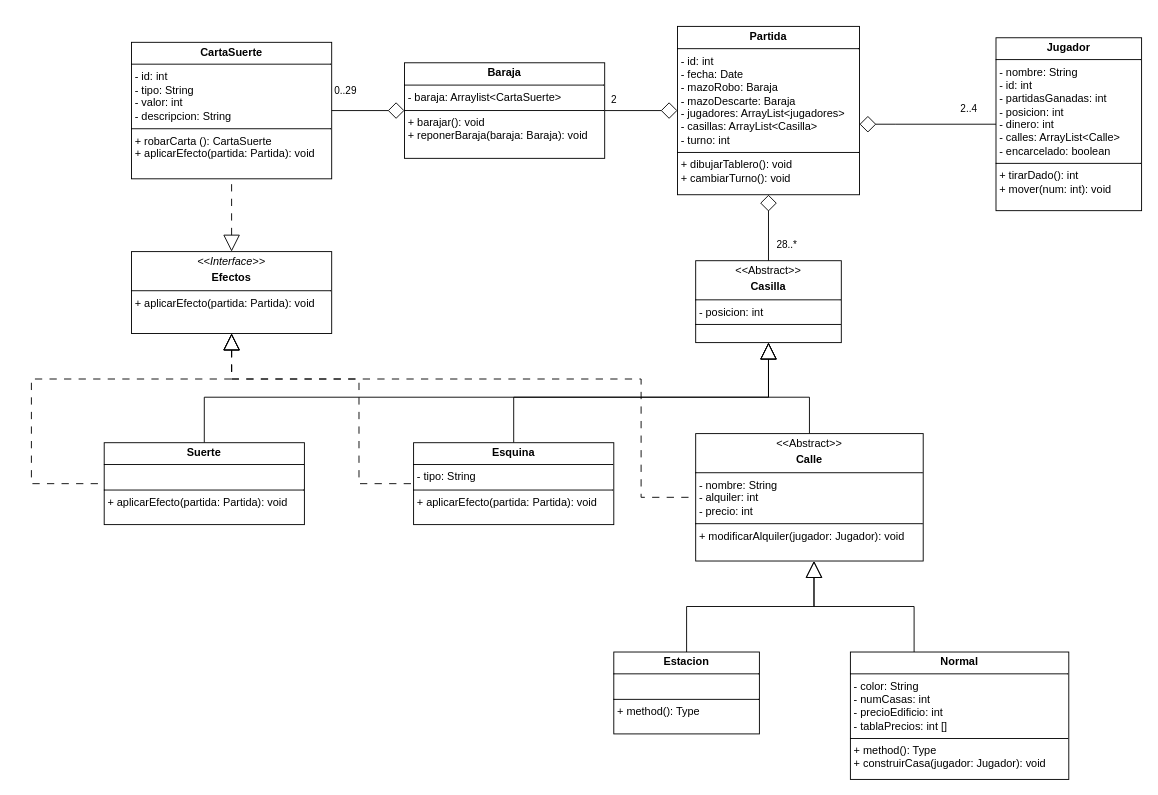
Before: RECURSOS/UML_MONOPOLY.drawio in ivanupgrade/Monopoly, a draw.io diagram. Source tidied: cells renumbered, new cells numbered last; positions are measured from the earlier drawing's top-left corner, leaving out a move shared by most shapes. Both pictures are drawn from the tidied source at 91%, with x=0, y=0 at pixel (31, 25).
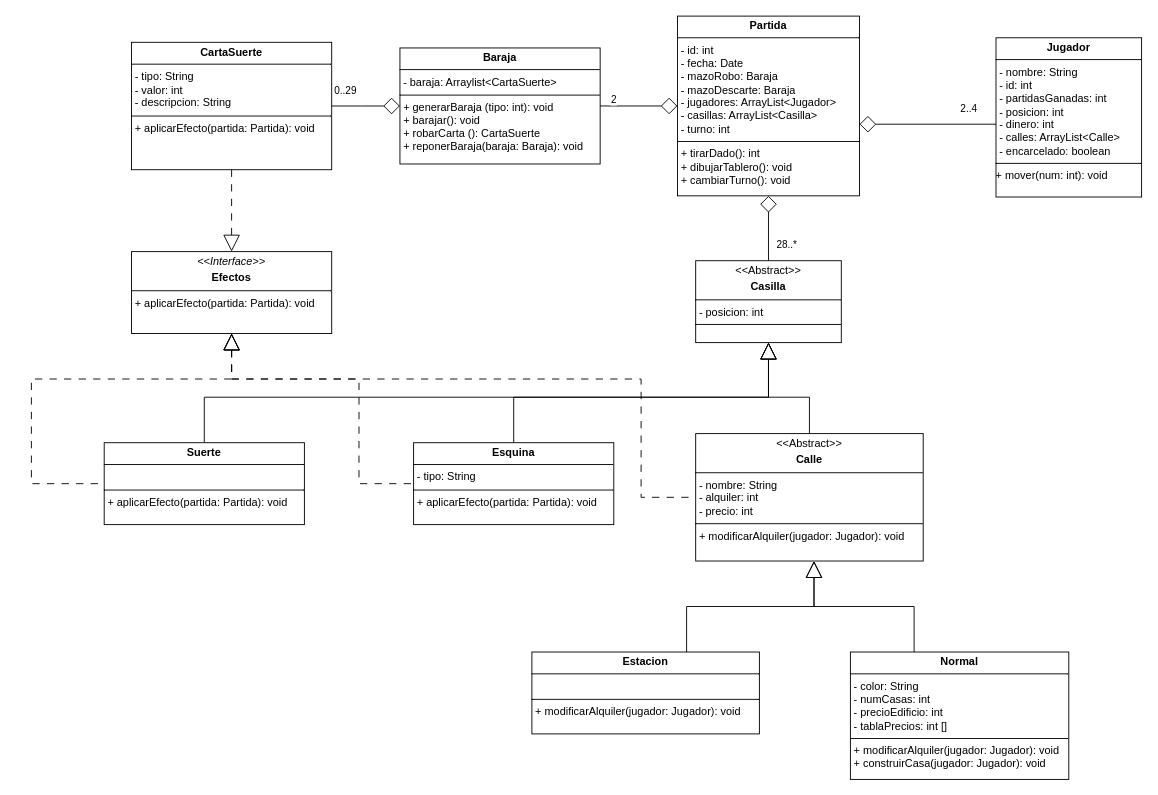
The same diagram, later.

Commit message (it also covers changes not shown here):
Actualizada clase Jugador

The edit, as a diff of the source:
```diff
@@
-    <mxCell id="2" value="&lt;p style=&quot;margin:0px;margin-top:4px;text-align:center;&quot;&gt;&lt;b&gt;Jugador&lt;/b&gt;&lt;/p&gt;&lt;hr size=&quot;1&quot; style=&quot;border-style:solid;&quot;&gt;&lt;p style=&quot;margin:0px;margin-left:4px;&quot;&gt;- nombre: String&lt;/p&gt;&lt;p style=&quot;margin:0px;margin-left:4px;&quot;&gt;- id: int&lt;/p&gt;&lt;p style=&quot;margin:0px;margin-left:4px;&quot;&gt;- partidasGanadas: int&lt;/p&gt;&lt;p style=&quot;margin:0px;margin-left:4px;&quot;&gt;- posicion: int&lt;/p&gt;&lt;p style=&quot;margin:0px;margin-left:4px;&quot;&gt;- dinero: int&lt;/p&gt;&lt;p style=&quot;margin:0px;margin-left:4px;&quot;&gt;- calles: ArrayList&amp;lt;Calle&amp;gt;&lt;/p&gt;&lt;p style=&quot;margin:0px;margin-left:4px;&quot;&gt;- encarcelado: boolean&lt;/p&gt;&lt;hr size=&quot;1&quot; style=&quot;border-style:solid;&quot;&gt;&lt;p style=&quot;margin:0px;margin-left:4px;&quot;&gt;+ tirarDado(): int&lt;/p&gt;&lt;p style=&quot;margin:0px;margin-left:4px;&quot;&gt;+ mover(num: int): void&lt;/p&gt;&lt;p style=&quot;margin:0px;margin-left:4px;&quot;&gt;&lt;/p&gt;" style="verticalAlign=top;align=left;overflow=fill;html=1;whiteSpace=wrap;" parent="1" vertex="1">
-      <mxGeometry x="1060" y="13" width="160" height="190" as="geometry" />
+    <mxCell id="2" value="&lt;p style=&quot;margin:0px;margin-top:4px;text-align:center;&quot;&gt;&lt;b&gt;Jugador&lt;/b&gt;&lt;/p&gt;&lt;hr size=&quot;1&quot; style=&quot;border-style:solid;&quot;&gt;&lt;p style=&quot;margin:0px;margin-left:4px;&quot;&gt;- nombre: String&lt;/p&gt;&lt;p style=&quot;margin:0px;margin-left:4px;&quot;&gt;- id: int&lt;/p&gt;&lt;p style=&quot;margin:0px;margin-left:4px;&quot;&gt;- partidasGanadas: int&lt;/p&gt;&lt;p style=&quot;margin:0px;margin-left:4px;&quot;&gt;- posicion: int&lt;/p&gt;&lt;p style=&quot;margin:0px;margin-left:4px;&quot;&gt;- dinero: int&lt;/p&gt;&lt;p style=&quot;margin:0px;margin-left:4px;&quot;&gt;- calles: ArrayList&amp;lt;Calle&amp;gt;&lt;/p&gt;&lt;p style=&quot;margin:0px;margin-left:4px;&quot;&gt;- encarcelado: boolean&lt;/p&gt;&lt;hr size=&quot;1&quot; style=&quot;border-style:solid;&quot;&gt;+ mover(num: int): void&lt;p style=&quot;margin:0px;margin-left:4px;&quot;&gt;&lt;/p&gt;" style="verticalAlign=top;align=left;overflow=fill;html=1;whiteSpace=wrap;" parent="1" vertex="1">
+      <mxGeometry x="1060" y="13" width="160" height="175" as="geometry" />
     </mxCell>
-    <mxCell id="3" value="&lt;p style=&quot;margin:0px;margin-top:4px;text-align:center;&quot;&gt;&lt;b&gt;CartaSuerte&lt;/b&gt;&lt;/p&gt;&lt;hr size=&quot;1&quot; style=&quot;border-style:solid;&quot;&gt;&lt;p style=&quot;margin:0px;margin-left:4px;&quot;&gt;- id: int&lt;/p&gt;&lt;p style=&quot;margin:0px;margin-left:4px;&quot;&gt;- tipo: String&lt;/p&gt;&lt;p style=&quot;margin:0px;margin-left:4px;&quot;&gt;- valor: int&lt;/p&gt;&lt;p style=&quot;margin:0px;margin-left:4px;&quot;&gt;- descripcion: String&lt;/p&gt;&lt;hr size=&quot;1&quot; style=&quot;border-style:solid;&quot;&gt;&lt;p style=&quot;margin:0px;margin-left:4px;&quot;&gt;+ robarCarta (): CartaSuerte&lt;br&gt;+ aplicarEfecto(partida: Partida): void&lt;/p&gt;&lt;p style=&quot;margin:0px;margin-left:4px;&quot;&gt;&lt;/p&gt;" style="verticalAlign=top;align=left;overflow=fill;html=1;whiteSpace=wrap;" parent="1" vertex="1">
-      <mxGeometry x="110" y="18" width="220" height="150" as="geometry" />
+    <mxCell id="3" value="&lt;p style=&quot;margin:0px;margin-top:4px;text-align:center;&quot;&gt;&lt;b&gt;CartaSuerte&lt;/b&gt;&lt;/p&gt;&lt;hr size=&quot;1&quot; style=&quot;border-style:solid;&quot;&gt;&lt;p style=&quot;margin:0px;margin-left:4px;&quot;&gt;- tipo: String&lt;/p&gt;&lt;p style=&quot;margin:0px;margin-left:4px;&quot;&gt;- valor: int&lt;/p&gt;&lt;p style=&quot;margin:0px;margin-left:4px;&quot;&gt;- descripcion: String&lt;/p&gt;&lt;hr size=&quot;1&quot; style=&quot;border-style:solid;&quot;&gt;&lt;p style=&quot;margin:0px;margin-left:4px;&quot;&gt;+ aplicarEfecto(partida: Partida): void&lt;/p&gt;&lt;p style=&quot;margin:0px;margin-left:4px;&quot;&gt;&lt;/p&gt;" style="verticalAlign=top;align=left;overflow=fill;html=1;whiteSpace=wrap;" parent="1" vertex="1">
+      <mxGeometry x="110" y="18" width="220" height="140" as="geometry" />
     </mxCell>
@@
-    <mxCell id="5" value="&lt;p style=&quot;margin:0px;margin-top:4px;text-align:center;&quot;&gt;&lt;b&gt;Baraja&lt;/b&gt;&lt;/p&gt;&lt;hr size=&quot;1&quot; style=&quot;border-style:solid;&quot;&gt;&lt;p style=&quot;margin:0px;margin-left:4px;&quot;&gt;- baraja: Arraylist&amp;lt;CartaSuerte&amp;gt;&lt;/p&gt;&lt;hr size=&quot;1&quot; style=&quot;border-style:solid;&quot;&gt;&lt;p style=&quot;margin:0px;margin-left:4px;&quot;&gt;+ barajar(): void&lt;/p&gt;&lt;p style=&quot;margin:0px;margin-left:4px;&quot;&gt;+ reponerBaraja(baraja: Baraja): void&lt;/p&gt;" style="verticalAlign=top;align=left;overflow=fill;html=1;whiteSpace=wrap;" parent="1" vertex="1">
-      <mxGeometry x="410" y="40.5" width="220" height="105" as="geometry" />
+    <mxCell id="5" value="&lt;p style=&quot;margin:0px;margin-top:4px;text-align:center;&quot;&gt;&lt;b&gt;Baraja&lt;/b&gt;&lt;/p&gt;&lt;hr size=&quot;1&quot; style=&quot;border-style:solid;&quot;&gt;&lt;p style=&quot;margin:0px;margin-left:4px;&quot;&gt;- baraja: Arraylist&amp;lt;CartaSuerte&amp;gt;&lt;/p&gt;&lt;hr size=&quot;1&quot; style=&quot;border-style:solid;&quot;&gt;&lt;p style=&quot;margin:0px;margin-left:4px;&quot;&gt;+ generarBaraja (tipo: int): void&lt;/p&gt;&lt;p style=&quot;margin:0px;margin-left:4px;&quot;&gt;+ barajar(): void&lt;/p&gt;&lt;p style=&quot;margin:0px;margin-left:4px;&quot;&gt;+ robarCarta (): CartaSuerte&lt;/p&gt;&lt;p style=&quot;margin:0px;margin-left:4px;&quot;&gt;+ reponerBaraja(baraja: Baraja): void&lt;/p&gt;" style="verticalAlign=top;align=left;overflow=fill;html=1;whiteSpace=wrap;" parent="1" vertex="1">
+      <mxGeometry x="405" y="24.2" width="220" height="127.5" as="geometry" />
     </mxCell>
@@
-    <mxCell id="14" value="&lt;p style=&quot;margin:0px;margin-top:4px;text-align:center;&quot;&gt;&lt;b&gt;Estacion&lt;/b&gt;&lt;/p&gt;&lt;hr size=&quot;1&quot; style=&quot;border-style:solid;&quot;&gt;&lt;p style=&quot;margin:0px;margin-left:4px;&quot;&gt;&lt;br&gt;&lt;/p&gt;&lt;hr size=&quot;1&quot; style=&quot;border-style:solid;&quot;&gt;&lt;p style=&quot;margin:0px;margin-left:4px;&quot;&gt;+ method(): Type&lt;/p&gt;" style="verticalAlign=top;align=left;overflow=fill;html=1;whiteSpace=wrap;" parent="1" vertex="1">
-      <mxGeometry x="640" y="688" width="160" height="90" as="geometry" />
+    <mxCell id="14" value="&lt;p style=&quot;margin:0px;margin-top:4px;text-align:center;&quot;&gt;&lt;b&gt;Estacion&lt;/b&gt;&lt;/p&gt;&lt;hr size=&quot;1&quot; style=&quot;border-style:solid;&quot;&gt;&lt;p style=&quot;margin:0px;margin-left:4px;&quot;&gt;&lt;br&gt;&lt;/p&gt;&lt;hr size=&quot;1&quot; style=&quot;border-style:solid;&quot;&gt;&lt;p style=&quot;margin:0px;margin-left:4px;&quot;&gt;+ modificarAlquiler(jugador: Jugador): void&lt;/p&gt;&lt;p style=&quot;margin:0px;margin-left:4px;&quot;&gt;&lt;/p&gt;" style="verticalAlign=top;align=left;overflow=fill;html=1;whiteSpace=wrap;" parent="1" vertex="1">
+      <mxGeometry x="550" y="688" width="250" height="90" as="geometry" />
     </mxCell>
@@
-    <mxCell id="16" value="&lt;p style=&quot;margin:0px;margin-top:4px;text-align:center;&quot;&gt;&lt;b&gt;Normal&lt;/b&gt;&lt;/p&gt;&lt;hr size=&quot;1&quot; style=&quot;border-style:solid;&quot;&gt;&lt;p style=&quot;margin:0px;margin-left:4px;&quot;&gt;- color: String&lt;/p&gt;&lt;p style=&quot;margin:0px;margin-left:4px;&quot;&gt;- numCasas: int&lt;/p&gt;&lt;p style=&quot;margin:0px;margin-left:4px;&quot;&gt;- precioEdificio: int&lt;/p&gt;&lt;p style=&quot;margin:0px;margin-left:4px;&quot;&gt;- tablaPrecios: int []&lt;/p&gt;&lt;hr size=&quot;1&quot; style=&quot;border-style:solid;&quot;&gt;&lt;p style=&quot;margin:0px;margin-left:4px;&quot;&gt;+ method(): Type&lt;/p&gt;&lt;p style=&quot;margin:0px;margin-left:4px;&quot;&gt;+ construirCasa(jugador: Jugador): void&lt;/p&gt;" style="verticalAlign=top;align=left;overflow=fill;html=1;whiteSpace=wrap;" parent="1" vertex="1">
+    <mxCell id="16" value="&lt;p style=&quot;margin:0px;margin-top:4px;text-align:center;&quot;&gt;&lt;b&gt;Normal&lt;/b&gt;&lt;/p&gt;&lt;hr size=&quot;1&quot; style=&quot;border-style:solid;&quot;&gt;&lt;p style=&quot;margin:0px;margin-left:4px;&quot;&gt;- color: String&lt;/p&gt;&lt;p style=&quot;margin:0px;margin-left:4px;&quot;&gt;- numCasas: int&lt;/p&gt;&lt;p style=&quot;margin:0px;margin-left:4px;&quot;&gt;- precioEdificio: int&lt;/p&gt;&lt;p style=&quot;margin:0px;margin-left:4px;&quot;&gt;- tablaPrecios: int []&lt;/p&gt;&lt;hr size=&quot;1&quot; style=&quot;border-style:solid;&quot;&gt;&lt;p style=&quot;margin:0px;margin-left:4px;&quot;&gt;+ modificarAlquiler(jugador: Jugador): void&lt;/p&gt;&lt;p style=&quot;margin:0px;margin-left:4px;&quot;&gt;+ construirCasa(jugador: Jugador): void&lt;/p&gt;" style="verticalAlign=top;align=left;overflow=fill;html=1;whiteSpace=wrap;" parent="1" vertex="1">
       <mxGeometry x="900" y="688" width="240" height="140" as="geometry" />
     </mxCell>
@@
-    <mxCell id="20" value="&lt;p style=&quot;margin:0px;margin-top:4px;text-align:center;&quot;&gt;&lt;b&gt;Partida&lt;/b&gt;&lt;/p&gt;&lt;hr size=&quot;1&quot; style=&quot;border-style:solid;&quot;&gt;&lt;p style=&quot;margin:0px;margin-left:4px;&quot;&gt;- id: int&lt;/p&gt;&lt;p style=&quot;margin:0px;margin-left:4px;&quot;&gt;- fecha: Date&lt;/p&gt;&lt;p style=&quot;margin:0px;margin-left:4px;&quot;&gt;- mazoRobo: Baraja&lt;/p&gt;&lt;p style=&quot;margin:0px;margin-left:4px;&quot;&gt;- mazoDescarte: Baraja&lt;/p&gt;&lt;p style=&quot;margin:0px;margin-left:4px;&quot;&gt;- jugadores: ArrayList&amp;lt;jugadores&amp;gt;&lt;/p&gt;&lt;p style=&quot;margin:0px;margin-left:4px;&quot;&gt;- casillas: ArrayList&amp;lt;Casilla&amp;gt;&lt;/p&gt;&lt;p style=&quot;margin:0px;margin-left:4px;&quot;&gt;- turno: int&lt;/p&gt;&lt;hr size=&quot;1&quot; style=&quot;border-style:solid;&quot;&gt;&lt;p style=&quot;margin:0px;margin-left:4px;&quot;&gt;+ dibujarTablero(): void&lt;/p&gt;&lt;p style=&quot;margin:0px;margin-left:4px;&quot;&gt;+ cambiarTurno(): void&lt;/p&gt;&lt;p style=&quot;margin:0px;margin-left:4px;&quot;&gt;&lt;br&gt;&lt;/p&gt;&lt;p style=&quot;margin:0px;margin-left:4px;&quot;&gt;&lt;br&gt;&lt;/p&gt;" style="verticalAlign=top;align=left;overflow=fill;html=1;whiteSpace=wrap;" parent="1" vertex="1">
-      <mxGeometry x="710" y="0.5" width="200" height="185" as="geometry" />
+    <mxCell id="20" value="&lt;p style=&quot;margin:0px;margin-top:4px;text-align:center;&quot;&gt;&lt;b&gt;Partida&lt;/b&gt;&lt;/p&gt;&lt;hr size=&quot;1&quot; style=&quot;border-style:solid;&quot;&gt;&lt;p style=&quot;margin:0px;margin-left:4px;&quot;&gt;- id: int&lt;/p&gt;&lt;p style=&quot;margin:0px;margin-left:4px;&quot;&gt;- fecha: Date&lt;/p&gt;&lt;p style=&quot;margin:0px;margin-left:4px;&quot;&gt;- mazoRobo: Baraja&lt;/p&gt;&lt;p style=&quot;margin:0px;margin-left:4px;&quot;&gt;- mazoDescarte: Baraja&lt;/p&gt;&lt;p style=&quot;margin:0px;margin-left:4px;&quot;&gt;- jugadores: ArrayList&amp;lt;Jugador&amp;gt;&lt;/p&gt;&lt;p style=&quot;margin:0px;margin-left:4px;&quot;&gt;- casillas: ArrayList&amp;lt;Casilla&amp;gt;&lt;/p&gt;&lt;p style=&quot;margin:0px;margin-left:4px;&quot;&gt;- turno: int&lt;/p&gt;&lt;hr size=&quot;1&quot; style=&quot;border-style:solid;&quot;&gt;&lt;p style=&quot;margin:0px;margin-left:4px;&quot;&gt;+ tirarDado(): int&lt;/p&gt;&lt;p style=&quot;margin:0px;margin-left:4px;&quot;&gt;+ dibujarTablero(): void&lt;/p&gt;&lt;p style=&quot;margin:0px;margin-left:4px;&quot;&gt;+ cambiarTurno(): void&lt;/p&gt;&lt;p style=&quot;margin:0px;margin-left:4px;&quot;&gt;&lt;br&gt;&lt;/p&gt;&lt;p style=&quot;margin:0px;margin-left:4px;&quot;&gt;&lt;br&gt;&lt;/p&gt;" style="verticalAlign=top;align=left;overflow=fill;html=1;whiteSpace=wrap;" parent="1" vertex="1">
+      <mxGeometry x="710" y="-10.8" width="200" height="197.5" as="geometry" />
     </mxCell>
```
